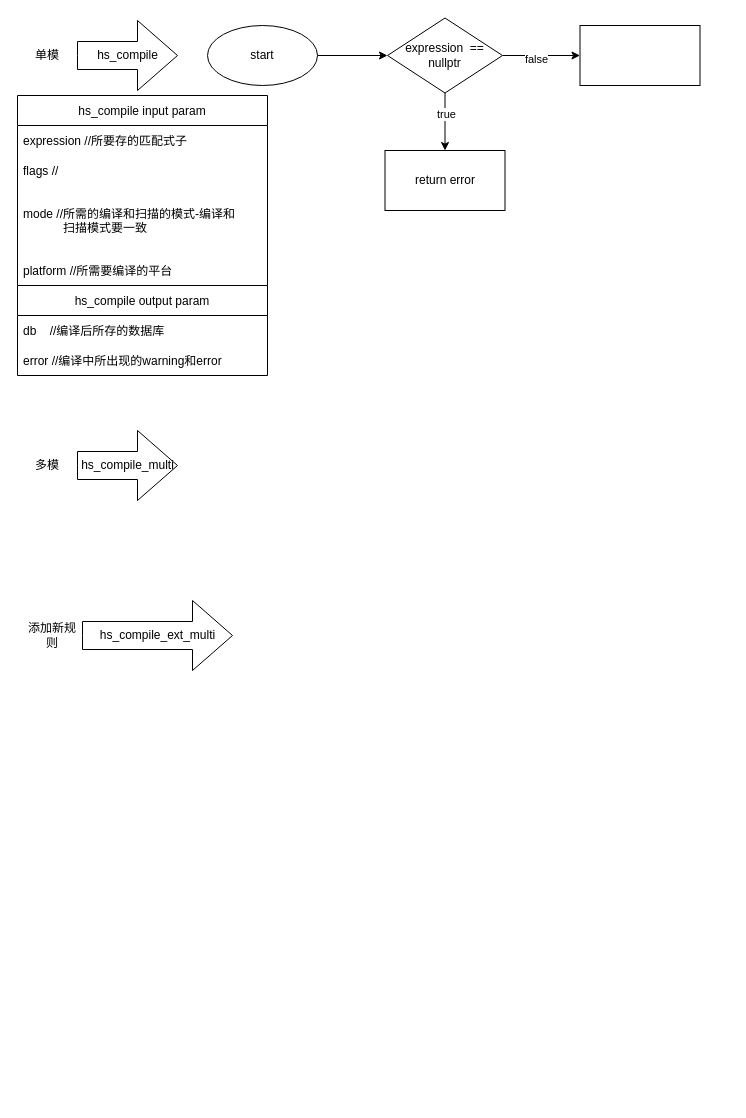
This is HyperScan.drawio from ycyite/HyperScanLearning, a draw.io file, before an edit. Source tidied: cells renumbered, new cells numbered last; positions are measured from the earlier drawing's top-left corner, leaving out a move shared by most shapes. Both pictures are drawn from the tidied source at 100%, with x=0, y=0 at pixel (17, 18).
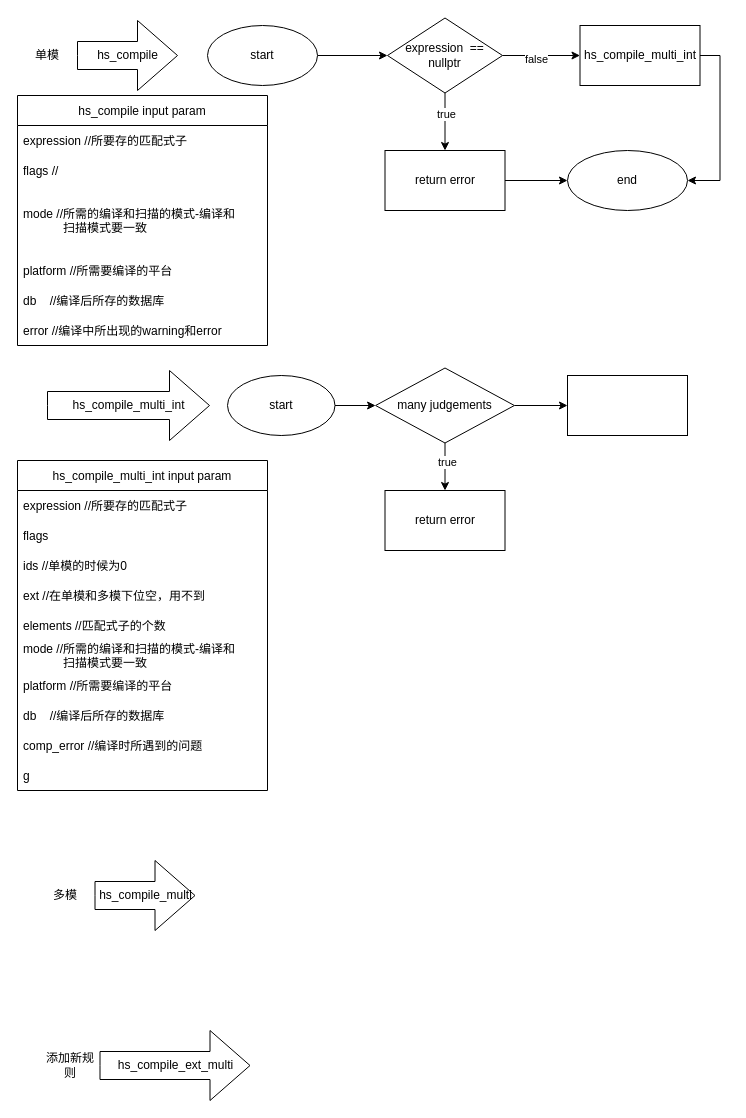
After the change.

The change refers to these unchanged cells:
```xml
<mxCell id="24" value="return error" style="whiteSpace=wrap;html=1;" parent="1" vertex="1">
  <mxGeometry x="367.5" y="132" width="120" height="60" as="geometry" />
</mxCell>
```

What changed in the source:
```diff
@@
     <mxCell id="3" value="hs_compile_multi" style="html=1;shadow=0;dashed=0;align=center;verticalAlign=middle;shape=mxgraph.arrows2.arrow;dy=0.6;dx=40;notch=0;" parent="1" vertex="1">
-      <mxGeometry x="60" y="412" width="100" height="70" as="geometry" />
+      <mxGeometry x="77.5" y="842" width="100" height="70" as="geometry" />
     </mxCell>
@@
     <mxCell id="5" value="多模" style="text;html=1;strokeColor=none;fillColor=none;align=center;verticalAlign=middle;whiteSpace=wrap;rounded=0;" parent="1" vertex="1">
-      <mxGeometry y="432" width="60" height="30" as="geometry" />
+      <mxGeometry x="17.5" y="862" width="60" height="30" as="geometry" />
     </mxCell>
     <mxCell id="6" value="hs_compile_ext_multi" style="html=1;shadow=0;dashed=0;align=center;verticalAlign=middle;shape=mxgraph.arrows2.arrow;dy=0.6;dx=40;notch=0;" parent="1" vertex="1">
-      <mxGeometry x="65" y="582" width="150" height="70" as="geometry" />
+      <mxGeometry x="82.5" y="1012" width="150" height="70" as="geometry" />
     </mxCell>
     <mxCell id="7" value="添加新规则" style="text;html=1;strokeColor=none;fillColor=none;align=center;verticalAlign=middle;whiteSpace=wrap;rounded=0;" parent="1" vertex="1">
-      <mxGeometry x="5" y="602" width="60" height="30" as="geometry" />
+      <mxGeometry x="22.5" y="1032" width="60" height="30" as="geometry" />
     </mxCell>
@@
     <mxCell id="9" value="hs_compile input param" style="swimlane;fontStyle=0;horizontal=1;startSize=30;" parent="1" vertex="1">
-      <mxGeometry y="77" width="250" height="190" as="geometry" />
+      <mxGeometry y="77" width="250" height="250" as="geometry" />
     </mxCell>
@@
+    <mxCell id="25" value="db    //编译后所存的数据库" style="text;strokeColor=none;fillColor=none;align=left;verticalAlign=middle;spacingLeft=4;spacingRight=4;overflow=hidden;" parent="9" vertex="1">
+      <mxGeometry y="190" width="250" height="30" as="geometry" />
+    </mxCell>
+    <mxCell id="22" value="error //编译中所出现的warning和error" style="text;strokeColor=none;fillColor=none;align=left;verticalAlign=middle;spacingLeft=4;spacingRight=4;overflow=hidden;" parent="9" vertex="1">
+      <mxGeometry y="220" width="250" height="30" as="geometry" />
+    </mxCell>
@@
-    <mxCell id="20" value="hs_compile output param" style="swimlane;fontStyle=0;horizontal=1;startSize=30;" parent="1" vertex="1">
-      <mxGeometry y="267" width="250" height="90" as="geometry" />
-    </mxCell>
-    <mxCell id="21" value="db    //编译后所存的数据库" style="text;strokeColor=none;fillColor=none;align=left;verticalAlign=middle;spacingLeft=4;spacingRight=4;overflow=hidden;" parent="20" vertex="1">
-      <mxGeometry y="30" width="250" height="30" as="geometry" />
-    </mxCell>
-    <mxCell id="22" value="error //编译中所出现的warning和error" style="text;strokeColor=none;fillColor=none;align=left;verticalAlign=middle;spacingLeft=4;spacingRight=4;overflow=hidden;" parent="20" vertex="1">
-      <mxGeometry y="60" width="250" height="30" as="geometry" />
-    </mxCell>
+    <mxCell id="26" style="edgeStyle=orthogonalEdgeStyle;rounded=0;jettySize=auto;html=1;exitX=1;exitY=0.5;exitDx=0;exitDy=0;entryX=1;entryY=0.5;entryDx=0;entryDy=0;" parent="1" edge="1" source="23" target="28">
+      <mxGeometry relative="1" as="geometry" />
+    </mxCell>
-    <mxCell id="23" style="whiteSpace=wrap;html=1;" parent="1" vertex="1">
+    <mxCell id="23" value="hs_compile_multi_int" style="whiteSpace=wrap;html=1;" parent="1" vertex="1">
       <mxGeometry x="562.5" y="7" width="120" height="60" as="geometry" />
     </mxCell>
+    <mxCell id="27" style="edgeStyle=orthogonalEdgeStyle;rounded=0;jettySize=auto;html=1;" parent="1" edge="1" source="24" target="28">
+      <mxGeometry relative="1" as="geometry" />
+    </mxCell>
@@
+    <mxCell id="28" value="end" style="ellipse;whiteSpace=wrap;html=1;" parent="1" vertex="1">
+      <mxGeometry x="550" y="132" width="120" height="60" as="geometry" />
+    </mxCell>
+    <mxCell id="29" value="hs_compile_multi_int" style="html=1;shadow=0;dashed=0;align=center;verticalAlign=middle;shape=mxgraph.arrows2.arrow;dy=0.6;dx=40;notch=0;" parent="1" vertex="1">
+      <mxGeometry x="30" y="352" width="162" height="70" as="geometry" />
+    </mxCell>
+    <mxCell id="30" value="hs_compile_multi_int input param" style="swimlane;fontStyle=0;horizontal=1;startSize=30;" parent="1" vertex="1">
+      <mxGeometry y="442" width="250" height="330" as="geometry" />
+    </mxCell>
+    <mxCell id="31" value="expression //所要存的匹配式子" style="text;strokeColor=none;fillColor=none;align=left;verticalAlign=middle;spacingLeft=4;spacingRight=4;overflow=hidden;" parent="30" vertex="1">
+      <mxGeometry y="30" width="250" height="30" as="geometry" />
+    </mxCell>
+    <mxCell id="32" value="flags" style="text;strokeColor=none;fillColor=none;align=left;verticalAlign=middle;spacingLeft=4;spacingRight=4;overflow=hidden;" parent="30" vertex="1">
+      <mxGeometry y="60" width="250" height="30" as="geometry" />
+    </mxCell>
+    <mxCell id="33" value="ids //单模的时候为0" style="text;strokeColor=none;fillColor=none;align=left;verticalAlign=middle;spacingLeft=4;spacingRight=4;overflow=hidden;" parent="30" vertex="1">
+      <mxGeometry y="90" width="250" height="30" as="geometry" />
+    </mxCell>
+    <mxCell id="34" value="ext //在单模和多模下位空，用不到" style="text;strokeColor=none;fillColor=none;align=left;verticalAlign=middle;spacingLeft=4;spacingRight=4;overflow=hidden;" parent="30" vertex="1">
+      <mxGeometry y="120" width="250" height="30" as="geometry" />
+    </mxCell>
+    <mxCell id="35" value="elements //匹配式子的个数" style="text;strokeColor=none;fillColor=none;align=left;verticalAlign=middle;spacingLeft=4;spacingRight=4;overflow=hidden;" parent="30" vertex="1">
+      <mxGeometry y="150" width="250" height="30" as="geometry" />
+    </mxCell>
+    <mxCell id="36" value="mode //所需的编译和扫描的模式-编译和&#10;            扫描模式要一致" style="text;strokeColor=none;fillColor=none;align=left;verticalAlign=middle;spacingLeft=4;spacingRight=4;overflow=hidden;" parent="30" vertex="1">
+      <mxGeometry y="180" width="250" height="30" as="geometry" />
+    </mxCell>
+    <mxCell id="37" value="platform //所需要编译的平台" style="text;strokeColor=none;fillColor=none;align=left;verticalAlign=middle;spacingLeft=4;spacingRight=4;overflow=hidden;" parent="30" vertex="1">
+      <mxGeometry y="210" width="250" height="30" as="geometry" />
+    </mxCell>
+    <mxCell id="38" value="db    //编译后所存的数据库" style="text;strokeColor=none;fillColor=none;align=left;verticalAlign=middle;spacingLeft=4;spacingRight=4;overflow=hidden;" parent="30" vertex="1">
+      <mxGeometry y="240" width="250" height="30" as="geometry" />
+    </mxCell>
+    <mxCell id="39" value="comp_error //编译时所遇到的问题" style="text;strokeColor=none;fillColor=none;align=left;verticalAlign=middle;spacingLeft=4;spacingRight=4;overflow=hidden;" parent="30" vertex="1">
+      <mxGeometry y="270" width="250" height="30" as="geometry" />
+    </mxCell>
+    <mxCell id="40" value="g" style="text;strokeColor=none;fillColor=none;align=left;verticalAlign=middle;spacingLeft=4;spacingRight=4;overflow=hidden;" parent="30" vertex="1">
+      <mxGeometry y="300" width="250" height="30" as="geometry" />
+    </mxCell>
+    <mxCell id="41" style="edgeStyle=orthogonalEdgeStyle;rounded=0;jettySize=auto;html=1;" parent="1" edge="1" source="42" target="46">
+      <mxGeometry relative="1" as="geometry" />
+    </mxCell>
+    <mxCell id="42" value="start" style="ellipse;whiteSpace=wrap;html=1;" parent="1" vertex="1">
+      <mxGeometry x="210" y="357" width="107.5" height="60" as="geometry" />
+    </mxCell>
+    <mxCell id="43" style="edgeStyle=orthogonalEdgeStyle;rounded=0;jettySize=auto;html=1;" parent="1" edge="1" source="46" target="47">
+      <mxGeometry relative="1" as="geometry" />
+    </mxCell>
+    <mxCell id="44" value="true" style="edgeLabel;html=1;align=center;verticalAlign=middle;" parent="43" vertex="1">
+      <mxGeometry x="-0.23" y="2" relative="1" as="geometry">
+        <mxPoint y="1" as="offset" />
+      </mxGeometry>
+    </mxCell>
+    <mxCell id="45" style="edgeStyle=orthogonalEdgeStyle;rounded=0;jettySize=auto;html=1;" parent="1" edge="1" source="46" target="48">
+      <mxGeometry relative="1" as="geometry" />
+    </mxCell>
+    <mxCell id="46" value="many judgements" style="rhombus;whiteSpace=wrap;html=1;" parent="1" vertex="1">
+      <mxGeometry x="358.1" y="349.5" width="138.8" height="75" as="geometry" />
+    </mxCell>
+    <mxCell id="47" value="return error" style="whiteSpace=wrap;html=1;" parent="1" vertex="1">
+      <mxGeometry x="367.5" y="472" width="120" height="60" as="geometry" />
+    </mxCell>
+    <mxCell id="48" style="whiteSpace=wrap;html=1;" parent="1" vertex="1">
+      <mxGeometry x="550" y="357" width="120" height="60" as="geometry" />
+    </mxCell>
```
